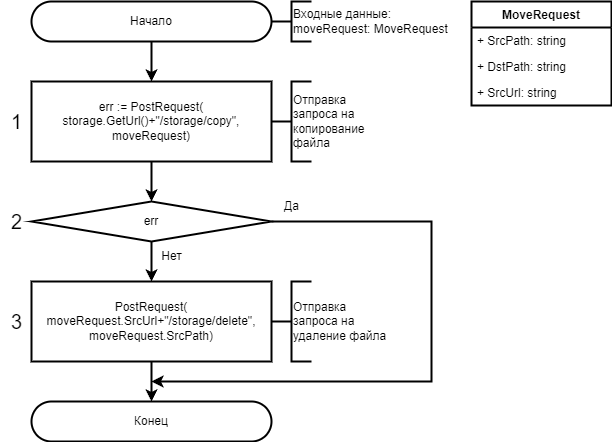
This is images/algorithm/storage/algorithm-storage-move-handler.drawio.png from necroin/vss-docs, a draw.io export, as it was before one commit. Source tidied: cells renumbered, new cells last; positions are measured from the earlier drawing's top-left corner, leaving out a move shared by most shapes.
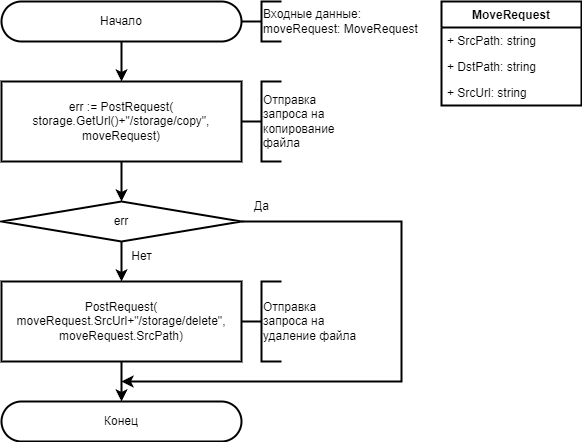
The same diagram one commit later.

The edit, as a diff of the source:
```diff
@@ -62,15 +62,6 @@
         </Array>
       </mxGeometry>
     </mxCell>
-    <mxCell id="20" value="1" style="text;html=1;align=center;verticalAlign=middle;strokeColor=none;fillColor=none;fontSize=20;strokeWidth=2;" parent="1" vertex="1">
-      <mxGeometry y="100" width="30" height="40" as="geometry" />
-    </mxCell>
-    <mxCell id="21" value="2" style="text;html=1;align=center;verticalAlign=middle;strokeColor=none;fillColor=none;fontSize=20;strokeWidth=2;" parent="1" vertex="1">
-      <mxGeometry y="200" width="30" height="40" as="geometry" />
-    </mxCell>
-    <mxCell id="22" value="3" style="text;html=1;align=center;verticalAlign=middle;strokeColor=none;fillColor=none;fontSize=20;strokeWidth=2;" parent="1" vertex="1">
-      <mxGeometry y="300" width="30" height="40" as="geometry" />
-    </mxCell>
     <mxCell id="23" style="strokeWidth=2;html=1;shape=mxgraph.flowchart.annotation_2;align=left;labelPosition=right;" parent="1" vertex="1">
       <mxGeometry x="270" y="280" width="40" height="80" as="geometry" />
     </mxCell>
```
